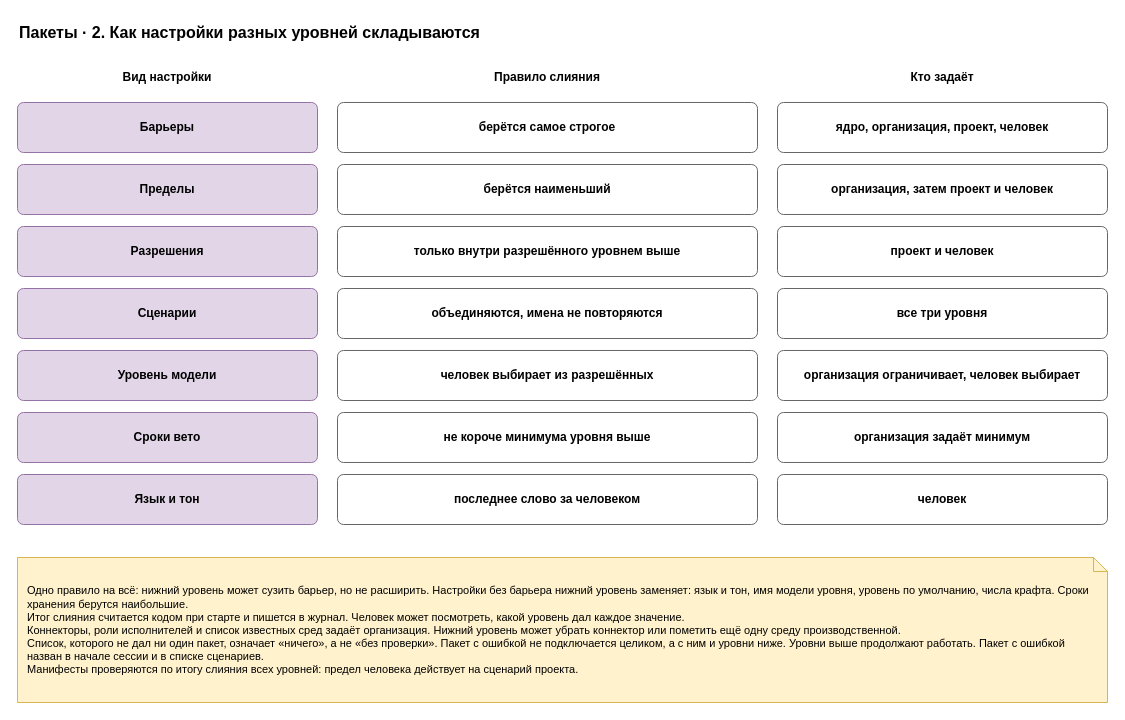
This is page "2. Наложение" (2 of 5) of docs/spec/harness-packs.drawio from roygkov/reins, a draw.io file, before an edit. Source tidied: cells renumbered, new cells numbered last; positions are measured from the earlier drawing's top-left corner, leaving out a move shared by most shapes. Both pictures are drawn from the tidied source at 100%, with x=0, y=0 at pixel (17, 17).
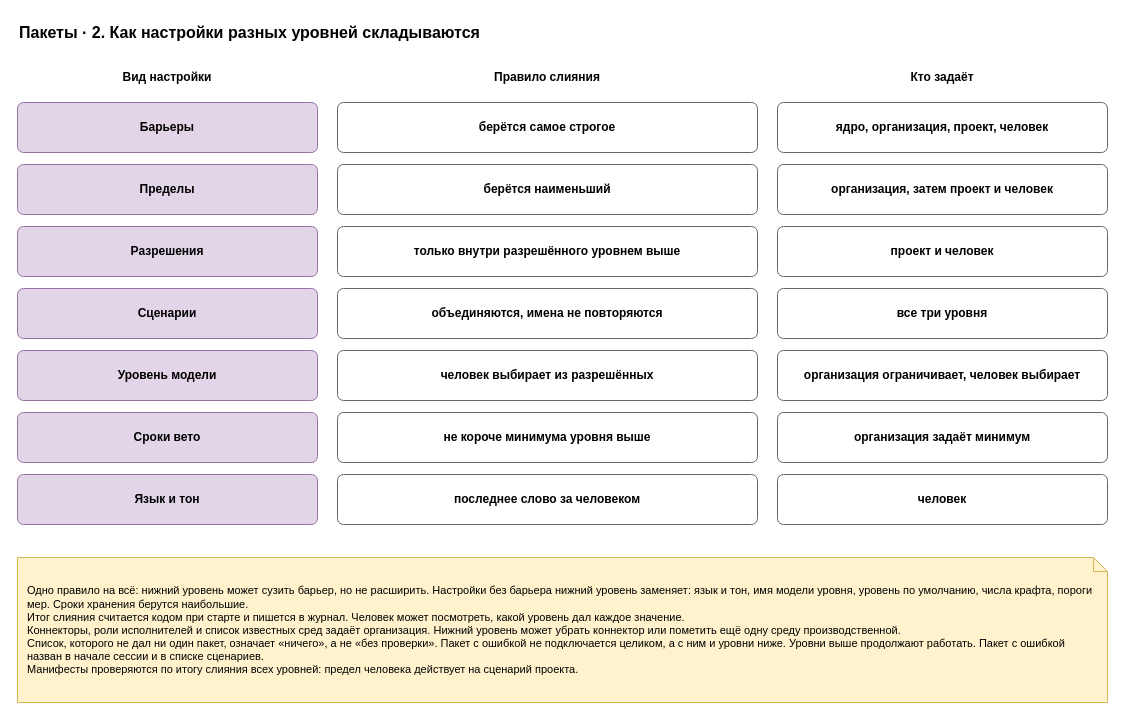
The same diagram, later.

Change to the diagram source:
```diff
@@
-    <mxCell id="27" value="Одно правило на всё: нижний уровень может сузить барьер, но не расширить. Настройки без барьера нижний уровень заменяет: язык и тон, имя модели уровня, уровень по умолчанию, числа крафта. Сроки хранения берутся наибольшие.&lt;br&gt;Итог слияния считается кодом при старте и пишется в журнал. Человек может посмотреть, какой уровень дал каждое значение.&lt;br&gt;Коннекторы, роли исполнителей и список известных сред задаёт организация. Нижний уровень может убрать коннектор или пометить ещё одну среду производственной.&lt;br&gt;Список, которого не дал ни один пакет, означает «ничего», а не «без проверки». Пакет с ошибкой не подключается целиком, а с ним и уровни ниже. Уровни выше продолжают работать. Пакет с ошибкой назван в начале сессии и в списке сценариев.&lt;br&gt;Манифесты проверяются по итогу слияния всех уровней: предел человека действует на сценарий проекта." style="shape=note;whiteSpace=wrap;html=1;backgroundOutline=1;size=14;fillColor=#fff2cc;strokeColor=#d6b656;align=left;spacingLeft=8;spacingRight=8;fontSize=11;" parent="1" vertex="1">
+    <mxCell id="27" value="Одно правило на всё: нижний уровень может сузить барьер, но не расширить. Настройки без барьера нижний уровень заменяет: язык и тон, имя модели уровня, уровень по умолчанию, числа крафта, пороги мер. Сроки хранения берутся наибольшие.&lt;br&gt;Итог слияния считается кодом при старте и пишется в журнал. Человек может посмотреть, какой уровень дал каждое значение.&lt;br&gt;Коннекторы, роли исполнителей и список известных сред задаёт организация. Нижний уровень может убрать коннектор или пометить ещё одну среду производственной.&lt;br&gt;Список, которого не дал ни один пакет, означает «ничего», а не «без проверки». Пакет с ошибкой не подключается целиком, а с ним и уровни ниже. Уровни выше продолжают работать. Пакет с ошибкой назван в начале сессии и в списке сценариев.&lt;br&gt;Манифесты проверяются по итогу слияния всех уровней: предел человека действует на сценарий проекта." style="shape=note;whiteSpace=wrap;html=1;backgroundOutline=1;size=14;fillColor=#fff2cc;strokeColor=#d6b656;align=left;spacingLeft=8;spacingRight=8;fontSize=11;" parent="1" vertex="1">
       <mxGeometry y="540" width="1090" height="145" as="geometry" />
     </mxCell>
```
